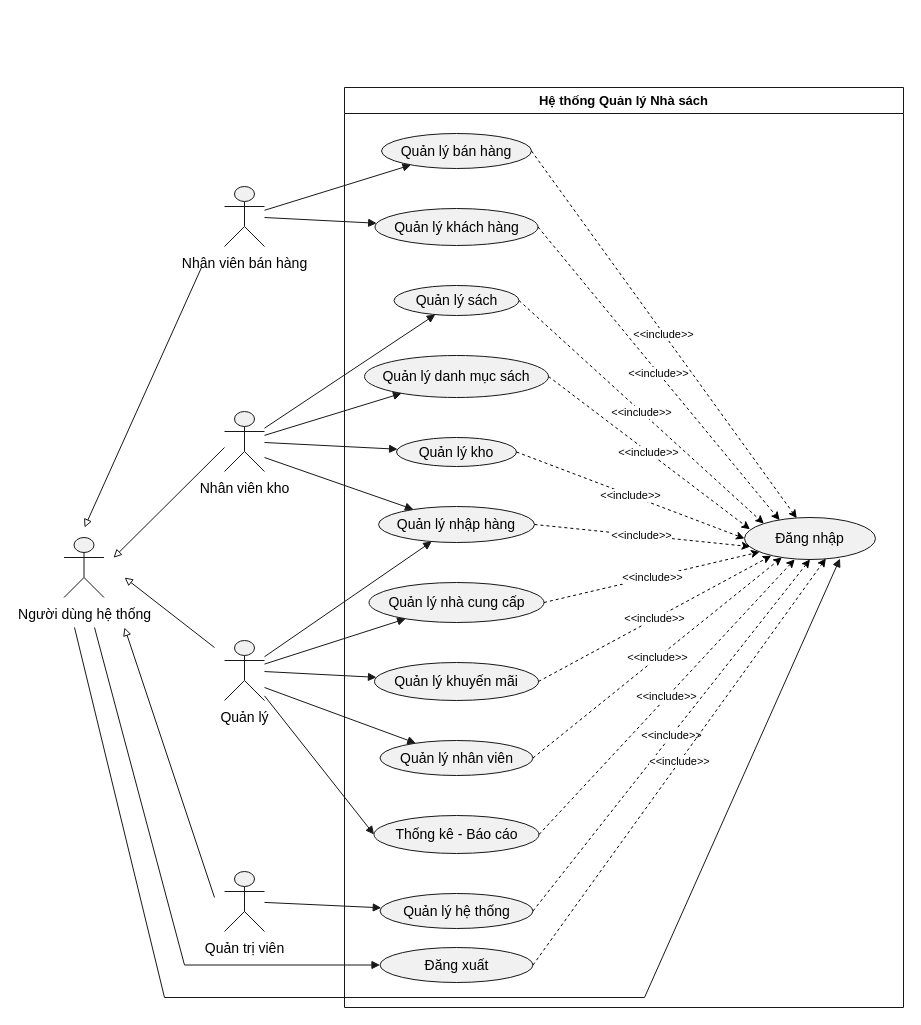
Above: docs/diagrams/Sơ đồ usecase/usecase Tổng quát.drawio in chihai9-dev/quan-ly-nha-sach-ooad (draw.io), before the change. Source tidied: cells renumbered, new cells numbered last; positions are measured from the earlier drawing's top-left corner, leaving out a move shared by most shapes. Both pictures are drawn from the tidied source at 100%, with x=0, y=0 at pixel (54, 17).
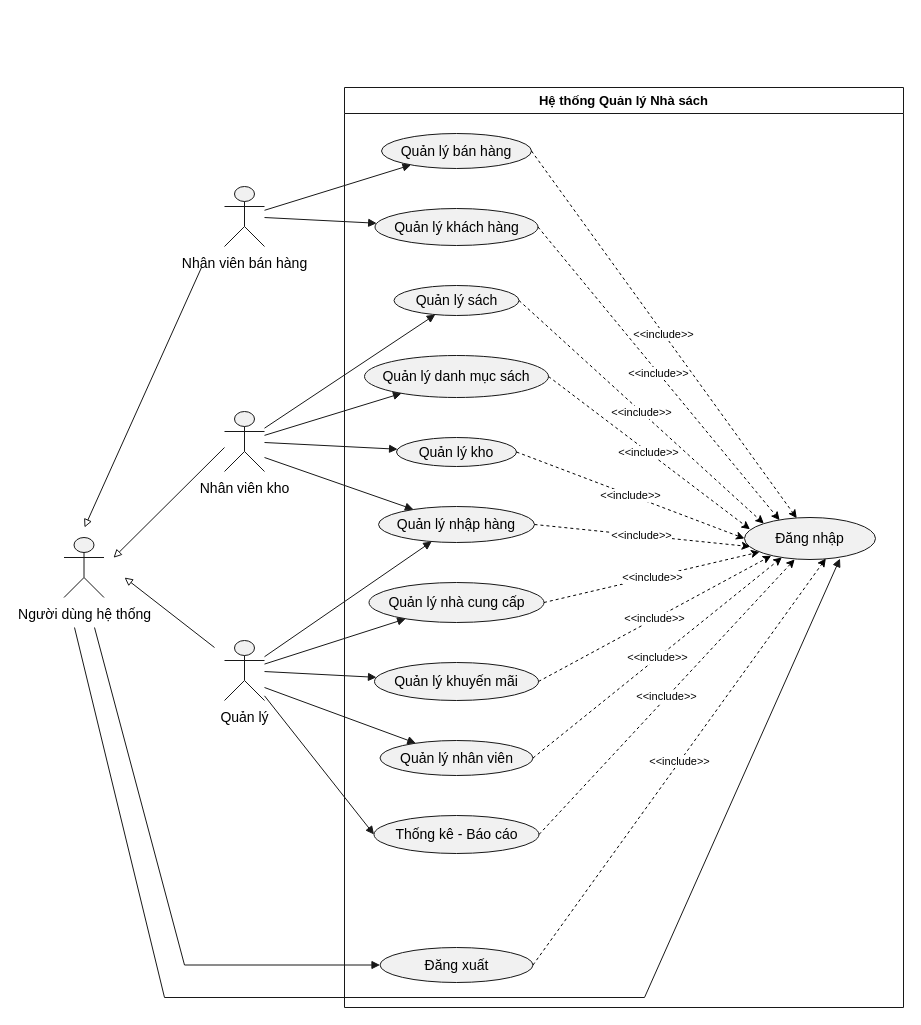
After the change.

Commit message:
Remove system admin use cases

Update the use case diagram to remove the administrator actor and system management use case, and correct the logout use case metadata.

The change refers to these unchanged cells:
```xml
<mxCell id="2" style="group;transparentBounds=1;editIcon=1;lockedGroup=0;groupPadding=10;" parent="1" vertex="1">
  <mxGeometry x="70" as="geometry" />
</mxCell>
<mxCell id="3" value="Hệ thống Quản lý Nhà sách" style="swimlane;startSize=26;fillColor=none;strokeColor=#181818;fontColor=#000000;fontSize=13;fontStyle=1;whiteSpace=wrap;" parent="2" vertex="1">
  <mxGeometry x="220" y="70" width="559" height="920" as="geometry" />
</mxCell>
<mxCell id="16" value="Đăng nhập" style="ellipse;html=1;fillColor=#F1F1F1;strokeColor=#181818;whiteSpace=wrap;fontColor=#000000;fontSize=14;" parent="3" vertex="1">
  <mxGeometry x="400" y="430" width="131" height="42" as="geometry" />
</mxCell>
```

What changed in the source:
```diff
@@
-    <mxCell id="14" value="Quản lý hệ thống" style="ellipse;html=1;fillColor=#F1F1F1;strokeColor=#181818;whiteSpace=wrap;fontColor=#000000;fontSize=14;" parent="3" vertex="1">
-      <mxGeometry x="35.5" y="806" width="153" height="35" as="geometry" />
-    </mxCell>
@@
-    <mxCell id="26" value="&amp;lt;&amp;lt;include&amp;gt;&amp;gt;" style="endArrow=classic;html=1;rounded=0;dashed=1;exitX=1;exitY=0.5;exitDx=0;exitDy=0;entryX=0.5;entryY=1;entryDx=0;entryDy=0;" parent="3" edge="1" source="14" target="16">
-      <mxGeometry relative="1" as="geometry" />
-    </mxCell>
@@
-    <mxCell id="35" style="shape=umlActor;html=1;fillColor=#F1F1F1;strokeColor=#181818;fontColor=#000000;fontSize=14;" parent="2" vertex="1">
-      <mxGeometry x="100" y="854" width="40" height="60" as="geometry" />
-    </mxCell>
-    <mxCell id="36" value="Quản trị viên" style="text;html=1;align=center;verticalAlign=top;fontColor=#000000;fontSize=14;" parent="2" vertex="1">
-      <mxGeometry x="70.5" y="916" width="99" height="17" as="geometry" />
-    </mxCell>
-    <mxCell id="37" style="endArrow=block;endFill=1;strokeColor=#181818;fontColor=#000000;fontSize=11;edgeStyle=none;rounded=0;html=1;curved=0;endSize=6;sourcePerimeterSpacing=0;targetPerimeterSpacing=0;" parent="2" edge="1" source="35" target="14">
-      <mxGeometry relative="1" as="geometry" />
-    </mxCell>
@@
-    <mxCell id="49" style="endArrow=block;endFill=0;strokeColor=#181818;fontColor=#000000;fontSize=11;edgeStyle=none;rounded=0;html=1;curved=0;endSize=6;sourcePerimeterSpacing=0;targetPerimeterSpacing=0;" parent="2" edge="1">
-      <mxGeometry relative="1" as="geometry">
-        <mxPoint x="90" y="880" as="sourcePoint" />
-        <mxPoint y="610" as="targetPoint" />
-      </mxGeometry>
-    </mxCell>
```
